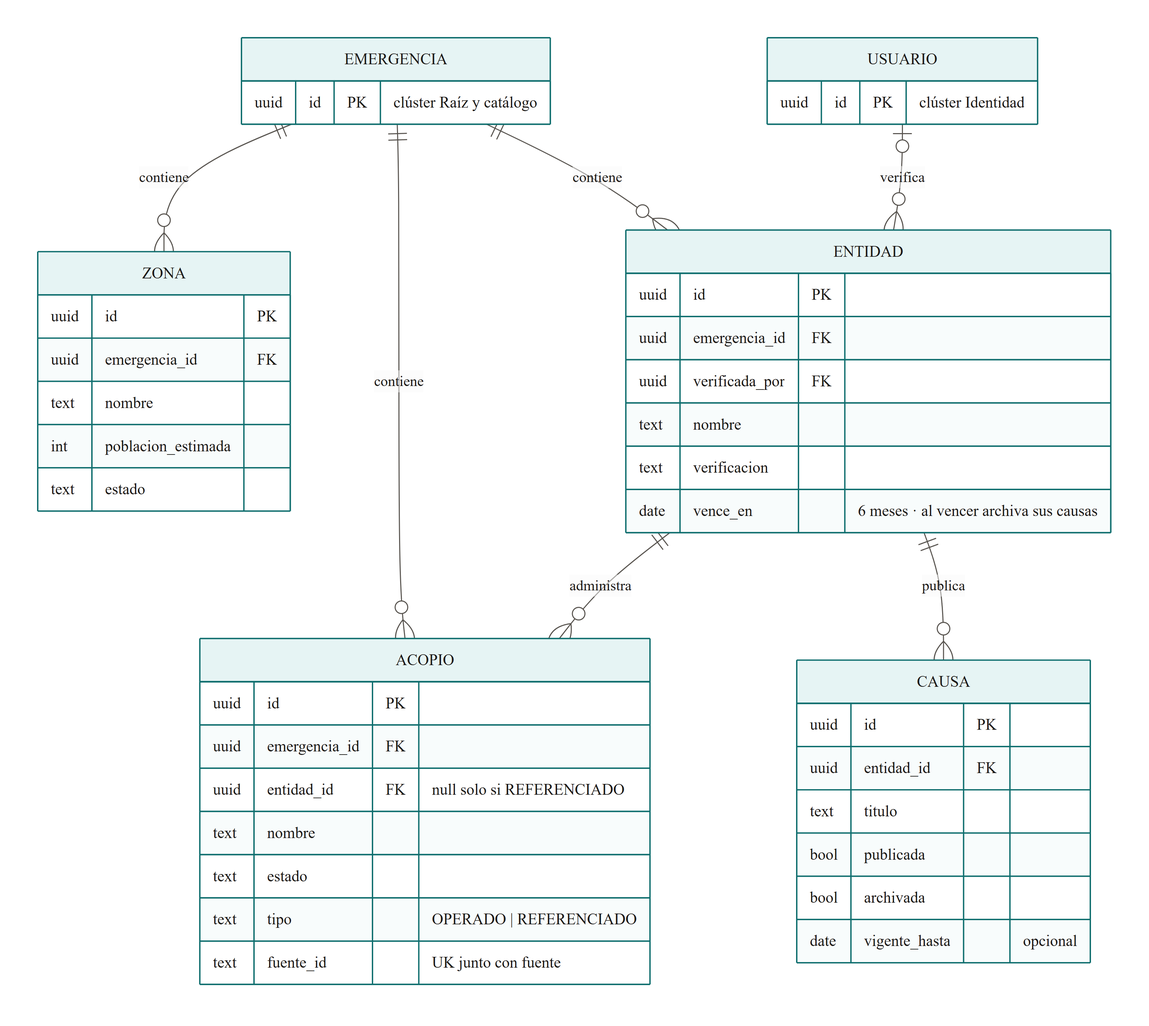
Above: docs/assets/diagramas/er-02-red.png in Proyecto-IngSoftware/acopio (Mermaid), before the change. Its source is kept beside it as docs/02-arquitectura/diagramas/mmd/er-02-red.mmd. Source of this version:
```mermaid
%%{init: {"theme":"base","themeVariables":{"fontFamily":"Inter, Segoe UI, Arial, sans-serif","fontSize":"15px","primaryColor":"#E6F4F4","primaryTextColor":"#1C1917","primaryBorderColor":"#0F6E6E","secondaryColor":"#C7E8E8","tertiaryColor":"#FAFAF9","lineColor":"#57534E","textColor":"#1C1917","mainBkg":"#E6F4F4","nodeBorder":"#0F6E6E","clusterBkg":"#F5F5F4","clusterBorder":"#A8A29E","edgeLabelBackground":"#FFFFFF","attributeBackgroundColorOdd":"#FFFFFF","attributeBackgroundColorEven":"#F5F5F4"},"er":{"useMaxWidth":false},"flowchart":{"useMaxWidth":false,"htmlLabels":true,"curve":"basis"}}}%%
erDiagram
    EMERGENCIA ||--o{ ZONA : contiene
    EMERGENCIA |o--o{ CAUSA : "enfoca · opcional"
    ENTIDAD ||--o{ CAUSA : publica
    ENTIDAD ||--o{ ACOPIO : administra
    USUARIO |o--o{ ENTIDAD : verifica

    EMERGENCIA {
        uuid id PK "clúster Raíz y catálogo"
    }
    USUARIO {
        uuid id PK "clúster Identidad"
    }
    ENTIDAD {
        uuid id PK
        uuid verificada_por FK
        text nombre
        text verificacion
        date vence_en "6 meses · al vencer archiva sus causas"
    }
    CAUSA {
        uuid id PK
        uuid entidad_id FK
        uuid emergencia_id FK "opcional"
        text titulo
        bool publicada
        bool archivada
        date vigente_hasta "opcional"
    }
    ACOPIO {
        uuid id PK
        uuid entidad_id FK "null solo si REFERENCIADO"
        text nombre
        text estado
        text tipo "OPERADO | REFERENCIADO"
        text fuente_id "UK junto con fuente"
    }
    ZONA {
        uuid id PK
        uuid emergencia_id FK
        text nombre
        int poblacion_estimada
        text estado
    }
```
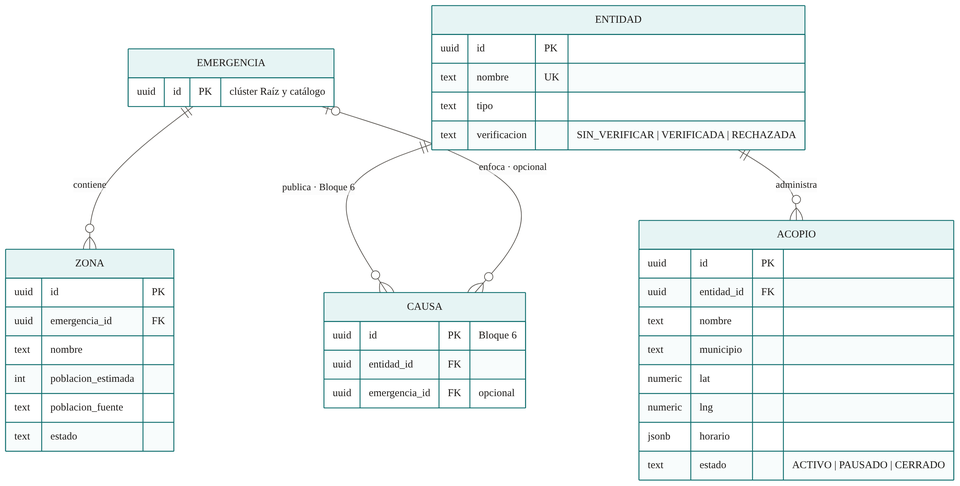
After the commit.

Change to the diagram source:
```diff
@@ -1,45 +1,39 @@
 %%{init: {"theme":"base","themeVariables":{"fontFamily":"Inter, Segoe UI, Arial, sans-serif","fontSize":"15px","primaryColor":"#E6F4F4","primaryTextColor":"#1C1917","primaryBorderColor":"#0F6E6E","secondaryColor":"#C7E8E8","tertiaryColor":"#FAFAF9","lineColor":"#57534E","textColor":"#1C1917","mainBkg":"#E6F4F4","nodeBorder":"#0F6E6E","clusterBkg":"#F5F5F4","clusterBorder":"#A8A29E","edgeLabelBackground":"#FFFFFF","attributeBackgroundColorOdd":"#FFFFFF","attributeBackgroundColorEven":"#F5F5F4"},"er":{"useMaxWidth":false},"flowchart":{"useMaxWidth":false,"htmlLabels":true,"curve":"basis"}}}%%
 erDiagram
     EMERGENCIA ||--o{ ZONA : contiene
+    ENTIDAD ||--o{ ACOPIO : administra
+    ENTIDAD ||--o{ CAUSA : "publica · Bloque 6"
     EMERGENCIA |o--o{ CAUSA : "enfoca · opcional"
-    ENTIDAD ||--o{ CAUSA : publica
-    ENTIDAD ||--o{ ACOPIO : administra
-    USUARIO |o--o{ ENTIDAD : verifica
 
     EMERGENCIA {
         uuid id PK "clúster Raíz y catálogo"
     }
-    USUARIO {
-        uuid id PK "clúster Identidad"
-    }
     ENTIDAD {
         uuid id PK
-        uuid verificada_por FK
-        text nombre
-        text verificacion
-        date vence_en "6 meses · al vencer archiva sus causas"
-    }
-    CAUSA {
-        uuid id PK
-        uuid entidad_id FK
-        uuid emergencia_id FK "opcional"
-        text titulo
-        bool publicada
-        bool archivada
-        date vigente_hasta "opcional"
+        text nombre UK
+        text tipo
+        text verificacion "SIN_VERIFICAR | VERIFICADA | RECHAZADA"
     }
     ACOPIO {
         uuid id PK
-        uuid entidad_id FK "null solo si REFERENCIADO"
+        uuid entidad_id FK
         text nombre
-        text estado
-        text tipo "OPERADO | REFERENCIADO"
-        text fuente_id "UK junto con fuente"
+        text municipio
+        numeric lat
+        numeric lng
+        jsonb horario
+        text estado "ACTIVO | PAUSADO | CERRADO"
     }
     ZONA {
         uuid id PK
         uuid emergencia_id FK
         text nombre
         int poblacion_estimada
+        text poblacion_fuente
         text estado
     }
+    CAUSA {
+        uuid id PK "Bloque 6"
+        uuid entidad_id FK
+        uuid emergencia_id FK "opcional"
+    }
```
